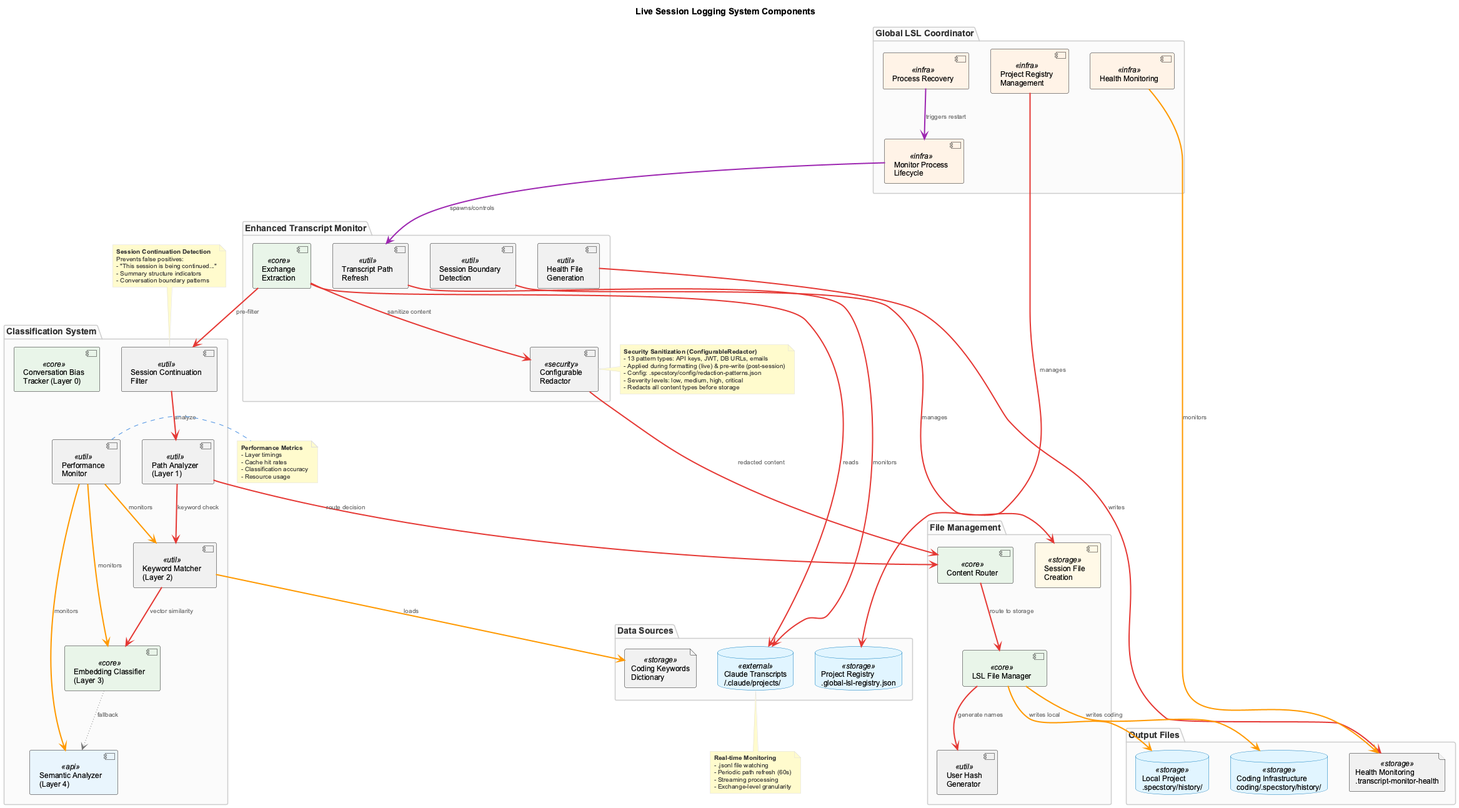
Above: docs-content/images/lsl-components.png in fwornle/coding (PlantUML), before the change. The source it was exported from:
```plantuml
@startuml lsl-components
!include _standard-style.puml

title Live Session Logging System Components

top to bottom direction

package "Enhanced Transcript Monitor" {
  component [Transcript Path\nRefresh] as tpr <<util>>
  component [Exchange\nExtraction] as extract <<core>>
  component [Configurable\nRedactor] as redactor <<security>>
  component [Health File\nGeneration] as health <<util>>
  component [Session Boundary\nDetection] as session <<util>>
}

package "Global LSL Coordinator" {
  component [Project Registry\nManagement] as registry <<infra>>
  component [Monitor Process\nLifecycle] as lifecycle <<infra>>
  component [Health Monitoring] as healthmon <<infra>>
  component [Process Recovery] as recovery <<infra>>
}

package "Classification System" {
  component [Conversation Bias\nTracker (Layer 0)] as biastrack <<core>>
  component [Session Continuation\nFilter] as sessionfilter <<util>>
  component [Path Analyzer\n(Layer 1)] as pathanalyzer <<util>>
  component [Keyword Matcher\n(Layer 2)] as keywords <<util>>
  component [Embedding Classifier\n(Layer 3)] as embedding <<core>>
  component [Semantic Analyzer\n(Layer 4)] as semantic <<api>>
  component [Performance\nMonitor] as perfmon <<util>>
}

package "File Management" {
  component [LSL File Manager] as filemanager <<core>>
  component [User Hash\nGenerator] as userhash <<util>>
  component [Content Router] as router <<core>>
  component [Session File\nCreation] as sessionfile <<storage>>
}

package "Data Sources" {
  database "Claude Transcripts\n~/.claude/projects/" as transcripts <<external>>
  file "Coding Keywords\nDictionary" as keyworddb <<storage>>
  database "Project Registry\n.global-lsl-registry.json" as projregistry <<storage>>
}

package "Output Files" {
  database "Local Project\n.specstory/history/" as localfiles <<storage>>
  database "Coding Infrastructure\ncoding/.specstory/history/" as codingfiles <<storage>>
  file "Health Monitoring\n.transcript-monitor-health" as healthfiles <<storage>>
}

tpr SYNC_LINE transcripts : monitors
extract SYNC_LINE transcripts : reads
health SYNC_LINE healthfiles : writes
session SYNC_LINE sessionfile : manages

registry SYNC_LINE projregistry : manages
lifecycle CONTROL_LINE tpr : spawns/controls
healthmon DATA_LINE healthfiles : monitors
recovery CONTROL_LINE lifecycle : triggers restart

extract SYNC_LINE sessionfilter : pre-filter
sessionfilter SYNC_LINE pathanalyzer : analyze
pathanalyzer SYNC_LINE keywords : keyword check
keywords SYNC_LINE embedding : vector similarity
embedding OPTIONAL_LINE semantic : fallback
keywords DATA_LINE keyworddb : loads
perfmon DATA_LINE keywords : monitors
perfmon DATA_LINE embedding : monitors
perfmon DATA_LINE semantic : monitors

extract SYNC_LINE redactor : sanitize content
pathanalyzer SYNC_LINE router : route decision
redactor SYNC_LINE router : redacted content
router SYNC_LINE filemanager : route to storage
filemanager SYNC_LINE userhash : generate names
filemanager DATA_LINE localfiles : writes local
filemanager DATA_LINE codingfiles : writes coding

note top of sessionfilter
  **Session Continuation Detection**
  Prevents false positives:
  - "This session is being continued..."
  - Summary structure indicators
  - Conversation boundary patterns
end note

note right of perfmon
  **Performance Metrics**
  - Layer timings
  - Cache hit rates
  - Classification accuracy
  - Resource usage
end note

note bottom of transcripts
  **Real-time Monitoring**
  - .jsonl file watching
  - Periodic path refresh (60s)
  - Streaming processing
  - Exchange-level granularity
end note

note right of redactor
  **Security Sanitization (ConfigurableRedactor)**
  - 13 pattern types: API keys, JWT, DB URLs, emails
  - Applied during formatting (live) & pre-write (post-session)
  - Config: .specstory/config/redaction-patterns.json
  - Severity levels: low, medium, high, critical
  - Redacts all content types before storage
end note

@enduml
```
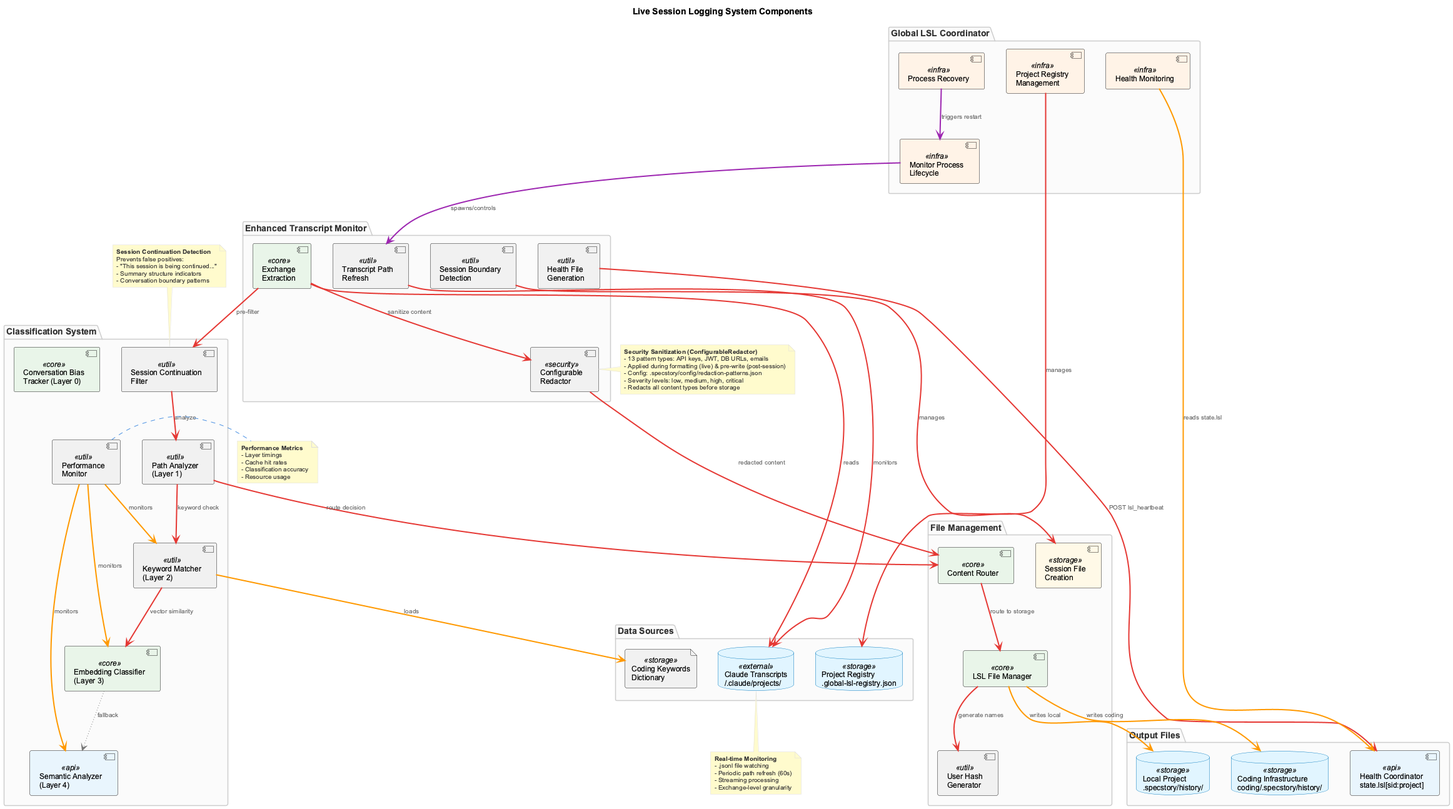
After the commit.

Commit message:
docs: align ETM health docs + PUMLs with coordinator-centric contract

What changed in the source:
```diff
@@ -46,17 +46,17 @@
 package "Output Files" {
   database "Local Project\n.specstory/history/" as localfiles <<storage>>
   database "Coding Infrastructure\ncoding/.specstory/history/" as codingfiles <<storage>>
-  file "Health Monitoring\n.transcript-monitor-health" as healthfiles <<storage>>
+  component "Health Coordinator\nstate.lsl[sid:project]" as healthcoord <<api>>
 }
 
 tpr SYNC_LINE transcripts : monitors
 extract SYNC_LINE transcripts : reads
-health SYNC_LINE healthfiles : writes
+health SYNC_LINE healthcoord : POST lsl_heartbeat
 session SYNC_LINE sessionfile : manages
 
 registry SYNC_LINE projregistry : manages
 lifecycle CONTROL_LINE tpr : spawns/controls
-healthmon DATA_LINE healthfiles : monitors
+healthmon DATA_LINE healthcoord : reads state.lsl
 recovery CONTROL_LINE lifecycle : triggers restart
 
 extract SYNC_LINE sessionfilter : pre-filter
```
